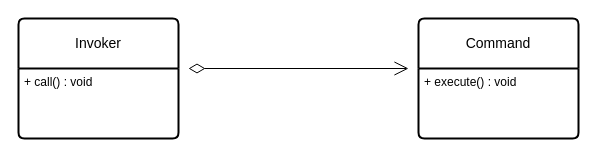
This is 命令模式.drawio from ChengziMao/diagrams, a draw.io file, before an edit. Source tidied: cells renumbered, new cells numbered last; positions are measured from the earlier drawing's top-left corner, leaving out a move shared by most shapes. Both pictures are drawn from the tidied source at 100%, with x=0, y=0 at pixel (18, 18).
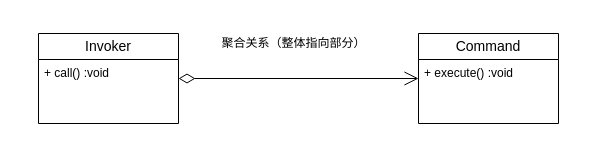
The same diagram, later.

Commit message (it also covers changes not shown here):
更新命令模式.drawio

Diff of the diagram source:
```diff
@@
 <mxGraphModel>
   <root>
     <mxCell id="0" />
     <mxCell id="1" parent="0" />
+    <mxCell id="7" value="&lt;font style=&quot;vertical-align: inherit;&quot; class=&quot;notranslate fyzs-translate-target fyzs-translate-target-wrapper&quot;&gt;&lt;font style=&quot;vertical-align: inherit;&quot; class=&quot;notranslate fyzs-translate-target fyzs-translate-target-box&quot;&gt;&lt;font style=&quot;vertical-align: inherit;&quot; title=&quot;j&quot; class=&quot;notranslate fyzs-translate-target fyzs-translate-target-text&quot;&gt;聚合关系（整体指向部分）&lt;/font&gt;&lt;/font&gt;&lt;/font&gt;" style="text;html=1;align=center;verticalAlign=middle;strokeColor=none;fillColor=none;" parent="1" vertex="1">
+      <mxGeometry x="190" y="10" width="170" height="30" as="geometry" />
+    </mxCell>
-    <mxCell id="2" value="&lt;font style=&quot;vertical-align: inherit;&quot; class=&quot;notranslate fyzs-translate-target fyzs-translate-target-wrapper&quot;&gt;&lt;font style=&quot;vertical-align: inherit;&quot; class=&quot;notranslate fyzs-translate-target fyzs-translate-target-box&quot;&gt;&lt;font style=&quot;vertical-align: inherit;&quot; title=&quot;Entity&quot; class=&quot;notranslate fyzs-translate-target fyzs-translate-target-text&quot;&gt;Invoker&lt;/font&gt;&lt;/font&gt;&lt;/font&gt;" style="swimlane;horizontal=1;startSize=50;rounded=1;fontSize=14;fontStyle=0;strokeWidth=2;shadow=0;dashed=0;align=center;arcSize=4;whiteSpace=wrap;html=1;" parent="1" vertex="1">
-      <mxGeometry width="160" height="120" as="geometry" />
+    <mxCell id="2" value="&lt;span style=&quot;font-size: 14px;&quot;&gt;&lt;font style=&quot;vertical-align: inherit;&quot; class=&quot;notranslate fyzs-translate-target fyzs-translate-target-wrapper&quot;&gt;&lt;font style=&quot;vertical-align: inherit;&quot; class=&quot;notranslate fyzs-translate-target fyzs-translate-target-box&quot;&gt;&lt;font style=&quot;vertical-align: inherit;&quot; title=&quot;Invoker&quot; class=&quot;notranslate fyzs-translate-target fyzs-translate-target-text&quot;&gt;Invoker&lt;/font&gt;&lt;/font&gt;&lt;/font&gt;&lt;/span&gt;" style="swimlane;fontStyle=0;horizontal=1;startSize=26;fillColor=none;whiteSpace=wrap;html=1;" parent="1" vertex="1">
+      <mxGeometry x="20" y="15" width="140" height="90" as="geometry" />
     </mxCell>
-    <mxCell id="3" value="&lt;font style=&quot;vertical-align: inherit;&quot; class=&quot;notranslate fyzs-translate-target fyzs-translate-target-wrapper&quot;&gt;&lt;font style=&quot;vertical-align: inherit;&quot; class=&quot;notranslate fyzs-translate-target fyzs-translate-target-box&quot;&gt;&lt;font style=&quot;vertical-align: inherit;&quot; title=&quot;+Attribute1&quot; class=&quot;notranslate fyzs-translate-target fyzs-translate-target-text&quot;&gt;+ call() : void&lt;/font&gt;&lt;/font&gt;&lt;/font&gt;" style="align=left;strokeColor=none;fillColor=none;spacingLeft=4;spacingRight=4;fontSize=12;verticalAlign=top;html=1;whiteSpace=wrap;" parent="2" vertex="1">
-      <mxGeometry y="50" width="160" height="70" as="geometry" />
-    </mxCell>
+    <mxCell id="8" value="&lt;font style=&quot;vertical-align: inherit;&quot; class=&quot;notranslate fyzs-translate-target fyzs-translate-target-wrapper&quot;&gt;&lt;font style=&quot;vertical-align: inherit;&quot; class=&quot;notranslate fyzs-translate-target fyzs-translate-target-box&quot;&gt;&lt;font style=&quot;vertical-align: inherit;&quot; title=&quot;+&quot; class=&quot;notranslate fyzs-translate-target fyzs-translate-target-text&quot;&gt;+ call() :void&lt;/font&gt;&lt;/font&gt;&lt;/font&gt;" style="text;strokeColor=none;fillColor=none;align=left;verticalAlign=top;spacingLeft=4;spacingRight=4;overflow=hidden;whiteSpace=wrap;html=1;" parent="2" vertex="1">
+      <mxGeometry y="26" width="140" height="64" as="geometry" />
+    </mxCell>
+    <mxCell id="9" style="endArrow=open;html=1;endSize=12;startArrow=diamondThin;startSize=14;startFill=0;edgeStyle=orthogonalEdgeStyle;align=left;verticalAlign=bottom;rounded=0;" parent="1" edge="1">
+      <mxGeometry x="-1" y="3" relative="1" as="geometry">
+        <mxPoint x="160" y="60" as="sourcePoint" />
+        <mxPoint x="400" y="60" as="targetPoint" />
+      </mxGeometry>
+    </mxCell>
-    <mxCell id="4" value="&lt;font style=&quot;vertical-align: inherit;&quot; class=&quot;notranslate fyzs-translate-target fyzs-translate-target-wrapper&quot;&gt;&lt;font style=&quot;vertical-align: inherit;&quot; class=&quot;notranslate fyzs-translate-target fyzs-translate-target-box&quot;&gt;&lt;font style=&quot;vertical-align: inherit;&quot; title=&quot;Entity&quot; class=&quot;notranslate fyzs-translate-target fyzs-translate-target-text&quot;&gt;Command&lt;/font&gt;&lt;/font&gt;&lt;/font&gt;" style="swimlane;horizontal=1;startSize=50;rounded=1;fontSize=14;fontStyle=0;strokeWidth=2;shadow=0;dashed=0;align=center;arcSize=4;whiteSpace=wrap;html=1;" parent="1" vertex="1">
-      <mxGeometry x="400" width="160" height="120" as="geometry" />
+    <mxCell id="4" value="&lt;span style=&quot;font-size: 14px;&quot;&gt;&lt;font style=&quot;vertical-align: inherit;&quot; class=&quot;notranslate fyzs-translate-target fyzs-translate-target-wrapper&quot;&gt;&lt;font style=&quot;vertical-align: inherit;&quot; class=&quot;notranslate fyzs-translate-target fyzs-translate-target-box&quot;&gt;&lt;font style=&quot;vertical-align: inherit;&quot; title=&quot;Invoker&quot; class=&quot;notranslate fyzs-translate-target fyzs-translate-target-text&quot;&gt;Command&lt;/font&gt;&lt;/font&gt;&lt;/font&gt;&lt;/span&gt;" style="swimlane;fontStyle=0;horizontal=1;startSize=26;fillColor=none;whiteSpace=wrap;html=1;" parent="1" vertex="1">
+      <mxGeometry x="400" y="15" width="140" height="90" as="geometry" />
     </mxCell>
-    <mxCell id="5" value="&lt;font style=&quot;vertical-align: inherit;&quot; class=&quot;notranslate fyzs-translate-target fyzs-translate-target-wrapper&quot;&gt;&lt;font style=&quot;vertical-align: inherit;&quot; class=&quot;notranslate fyzs-translate-target fyzs-translate-target-box&quot;&gt;&lt;font style=&quot;vertical-align: inherit;&quot; title=&quot;+Attribute1&quot; class=&quot;notranslate fyzs-translate-target fyzs-translate-target-text&quot;&gt;+ execute() : void&lt;/font&gt;&lt;/font&gt;&lt;/font&gt;" style="align=left;strokeColor=none;fillColor=none;spacingLeft=4;spacingRight=4;fontSize=12;verticalAlign=top;html=1;whiteSpace=wrap;" parent="4" vertex="1">
-      <mxGeometry y="50" width="160" height="70" as="geometry" />
-    </mxCell>
-    <mxCell id="6" style="endArrow=open;html=1;endSize=12;startArrow=diamondThin;startSize=14;startFill=0;edgeStyle=orthogonalEdgeStyle;align=left;verticalAlign=bottom;rounded=0;" parent="1" edge="1">
-      <mxGeometry x="-1" y="3" relative="1" as="geometry">
-        <mxPoint x="170" y="50" as="sourcePoint" />
-        <mxPoint x="390" y="50" as="targetPoint" />
-      </mxGeometry>
-    </mxCell>
+    <mxCell id="10" value="&lt;font style=&quot;vertical-align: inherit;&quot; class=&quot;notranslate fyzs-translate-target fyzs-translate-target-wrapper&quot;&gt;&lt;font style=&quot;vertical-align: inherit;&quot; class=&quot;notranslate fyzs-translate-target fyzs-translate-target-box&quot;&gt;&lt;font style=&quot;vertical-align: inherit;&quot; title=&quot;+&quot; class=&quot;notranslate fyzs-translate-target fyzs-translate-target-text&quot;&gt;+ execute() :void&lt;/font&gt;&lt;/font&gt;&lt;/font&gt;" style="text;strokeColor=none;fillColor=none;align=left;verticalAlign=top;spacingLeft=4;spacingRight=4;overflow=hidden;whiteSpace=wrap;html=1;" parent="4" vertex="1">
+      <mxGeometry y="26" width="140" height="64" as="geometry" />
+    </mxCell>
   </root>
 </mxGraphModel>
```
